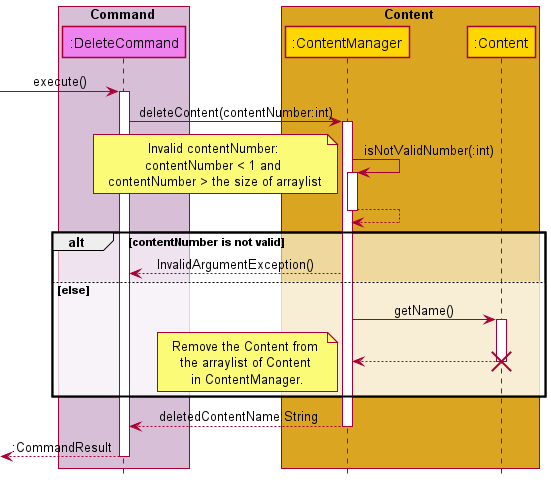
Earlier version of the PlantUML export docs/attachments/DeletingContentSequenceDiagram.png (nus-cs2113-AY2122S1/tp). Source of this version:
```plantuml
@startuml


!include ../SequenceStyle.puml

box Command COMMAND_BOX_COLOR
participant ":DeleteCommand" as DeleteCommand COMMAND_COLOR
endbox

box Content CONTENT_BOX_COLOR
participant ":ContentManager" as ContentManager CONTENT_COLOR
participant ":Content" as Content CONTENT_COLOR
endbox

-> DeleteCommand : execute()
activate DeleteCommand
DeleteCommand -> ContentManager : deleteContent(contentNumber:int)
activate ContentManager
ContentManager -> ContentManager : isNotValidNumber(:int)
activate ContentManager
note left : Invalid contentNumber: \ncontentNumber < 1 and \ncontentNumber > the size of arraylist
return
alt contentNumber is not valid
ContentManager --> DeleteCommand : InvalidArgumentException()
else else
ContentManager -> Content : getName()
activate Content
return
note left : Remove the Content from \nthe arraylist of Content \nin ContentManager.
destroy Content
end
return deletedContentName:String
return :CommandResult

@enduml
```
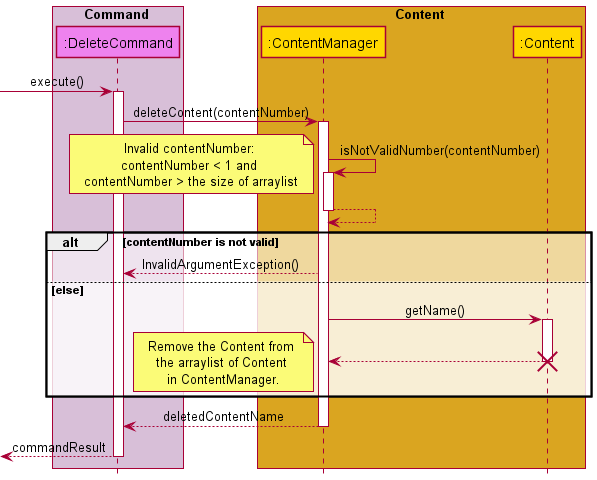
The same file after the commit.

Diff of the diagram source:
```diff
@@ -14,9 +14,9 @@
 
 -> DeleteCommand : execute()
 activate DeleteCommand
-DeleteCommand -> ContentManager : deleteContent(contentNumber:int)
+DeleteCommand -> ContentManager : deleteContent(contentNumber)
 activate ContentManager
-ContentManager -> ContentManager : isNotValidNumber(:int)
+ContentManager -> ContentManager : isNotValidNumber(contentNumber)
 activate ContentManager
 note left : Invalid contentNumber: \ncontentNumber < 1 and \ncontentNumber > the size of arraylist
 return
@@ -29,7 +29,7 @@
 note left : Remove the Content from \nthe arraylist of Content \nin ContentManager.
 destroy Content
 end
-return deletedContentName:String
-return :CommandResult
+return deletedContentName
+return commandResult
 
 @enduml
```
